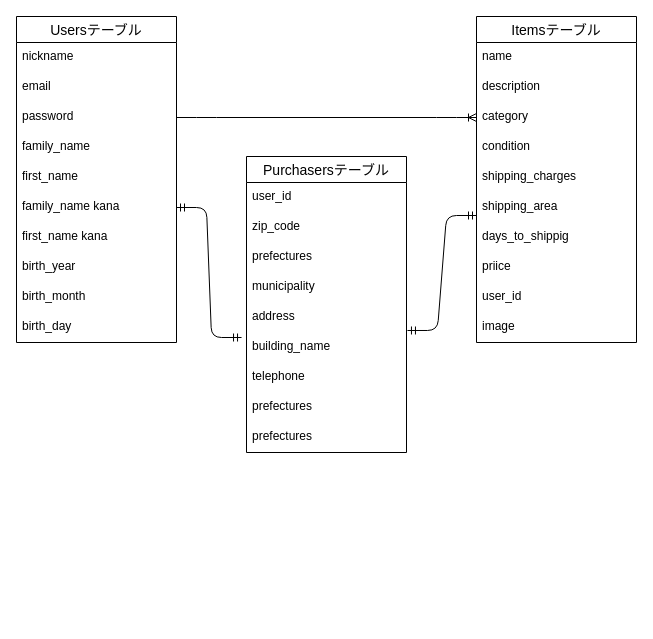
Earlier version of the draw.io diagram furima.dio (Masaki-ogr/furima-29346). Source tidied: cells renumbered, new cells numbered last; positions are measured from the earlier drawing's top-left corner, leaving out a move shared by most shapes. Both pictures are drawn from the tidied source at 100%, with x=0, y=0 at pixel (16, 16).
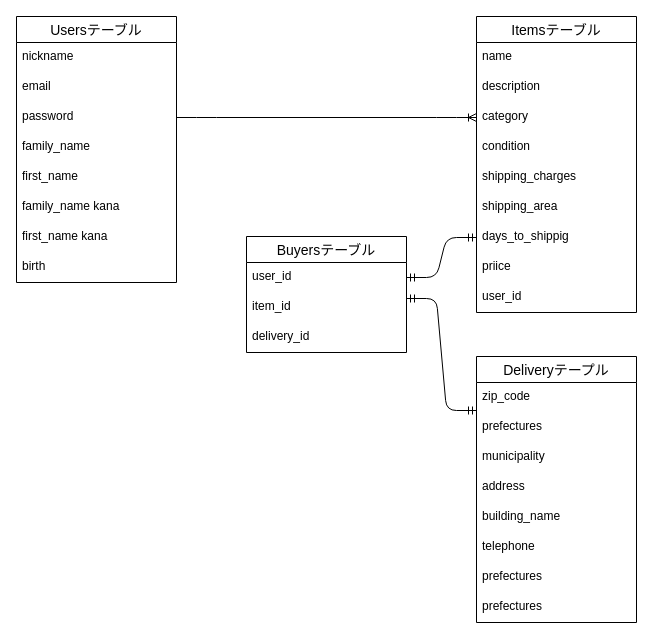
After the change.

Commit message (it also covers changes not shown here):
buyersテーブルの追加・配送先テーブルの名称変更(purchasers→delivery)

The change refers to these unchanged cells:
```xml
<mxCell id="8" value="family_name kana" style="text;strokeColor=none;fillColor=none;spacingLeft=4;spacingRight=4;overflow=hidden;points=[[0,0.5],[1,0.5]];portConstraint=eastwest;fontSize=12;" parent="2" vertex="1">
  <mxGeometry y="176" width="160" height="30" as="geometry" />
</mxCell>
<mxCell id="22" value="shipping_area" style="text;strokeColor=none;fillColor=none;spacingLeft=4;spacingRight=4;overflow=hidden;points=[[0,0.5],[1,0.5]];portConstraint=eastwest;fontSize=12;" parent="16" vertex="1">
  <mxGeometry y="176" width="160" height="30" as="geometry" />
</mxCell>
<mxCell id="23" value="days_to_shippig" style="text;strokeColor=none;fillColor=none;spacingLeft=4;spacingRight=4;overflow=hidden;points=[[0,0.5],[1,0.5]];portConstraint=eastwest;fontSize=12;" parent="16" vertex="1">
  <mxGeometry y="206" width="160" height="30" as="geometry" />
</mxCell>
```

What changed in the source:
```diff
@@
     <mxCell id="2" value="Usersテーブル" style="swimlane;fontStyle=0;horizontal=1;startSize=26;align=center;fontSize=14;" parent="1" vertex="1">
-      <mxGeometry width="160" height="326" as="geometry" />
+      <mxGeometry width="160" height="266" as="geometry" />
     </mxCell>
@@
-    <mxCell id="10" value="birth_year" style="text;strokeColor=none;fillColor=none;spacingLeft=4;spacingRight=4;overflow=hidden;fontSize=12;" parent="2" vertex="1">
+    <mxCell id="10" value="birth" style="text;strokeColor=none;fillColor=none;spacingLeft=4;spacingRight=4;overflow=hidden;fontSize=12;" parent="2" vertex="1">
       <mxGeometry y="236" width="160" height="30" as="geometry" />
     </mxCell>
-    <mxCell id="11" value="birth_month" style="text;strokeColor=none;fillColor=none;spacingLeft=4;spacingRight=4;overflow=hidden;fontSize=12;" parent="2" vertex="1">
-      <mxGeometry y="266" width="160" height="30" as="geometry" />
-    </mxCell>
-    <mxCell id="12" value="birth_day" style="text;strokeColor=none;fillColor=none;spacingLeft=4;spacingRight=4;overflow=hidden;fontSize=12;" parent="2" vertex="1">
-      <mxGeometry y="296" width="160" height="30" as="geometry" />
-    </mxCell>
-    <mxCell id="13" style="edgeStyle=entityRelationEdgeStyle;fontSize=12;html=1;endArrow=ERmandOne;startArrow=ERmandOne;exitX=1;exitY=0.5;exitDx=0;exitDy=0;entryX=-0.031;entryY=1.167;entryDx=0;entryDy=0;entryPerimeter=0;" parent="1" edge="1" source="8" target="32">
-      <mxGeometry relative="1" as="geometry" />
-    </mxCell>
@@
-    <mxCell id="15" style="edgeStyle=entityRelationEdgeStyle;fontSize=12;html=1;endArrow=ERmandOne;startArrow=ERmandOne;entryX=0;entryY=0.767;entryDx=0;entryDy=0;entryPerimeter=0;exitX=1.006;exitY=-0.067;exitDx=0;exitDy=0;exitPerimeter=0;" parent="1" edge="1" source="33" target="22">
-      <mxGeometry relative="1" as="geometry" />
-    </mxCell>
     <mxCell id="16" value="Itemsテーブル" style="swimlane;fontStyle=0;horizontal=1;startSize=26;align=center;fontSize=14;" parent="1" vertex="1">
-      <mxGeometry x="460" width="160" height="326" as="geometry" />
+      <mxGeometry x="460" width="160" height="296" as="geometry" />
     </mxCell>
@@
-    <mxCell id="26" value="image" style="text;strokeColor=none;fillColor=none;spacingLeft=4;spacingRight=4;overflow=hidden;fontSize=12;" parent="16" vertex="1">
-      <mxGeometry y="296" width="160" height="30" as="geometry" />
-    </mxCell>
-    <mxCell id="27" value="Purchasersテーブル" style="swimlane;fontStyle=0;horizontal=1;startSize=26;align=center;fontSize=14;" parent="1" vertex="1">
-      <mxGeometry x="230" y="140" width="160" height="296" as="geometry" />
+    <mxCell id="27" value="Deliveryテープル" style="swimlane;fontStyle=0;horizontal=1;startSize=26;align=center;fontSize=14;" parent="1" vertex="1">
+      <mxGeometry x="460" y="340" width="160" height="266" as="geometry" />
     </mxCell>
-    <mxCell id="28" value="user_id" style="text;strokeColor=none;fillColor=none;spacingLeft=4;spacingRight=4;overflow=hidden;points=[[0,0.5],[1,0.5]];portConstraint=eastwest;fontSize=12;" parent="27" vertex="1">
-      <mxGeometry y="26" width="160" height="30" as="geometry" />
-    </mxCell>
     <mxCell id="29" value="zip_code" style="text;strokeColor=none;fillColor=none;spacingLeft=4;spacingRight=4;overflow=hidden;fontSize=12;" parent="27" vertex="1">
-      <mxGeometry y="56" width="160" height="30" as="geometry" />
+      <mxGeometry y="26" width="160" height="30" as="geometry" />
     </mxCell>
     <mxCell id="30" value="prefectures" style="text;strokeColor=none;fillColor=none;spacingLeft=4;spacingRight=4;overflow=hidden;fontSize=12;" parent="27" vertex="1">
-      <mxGeometry y="86" width="160" height="30" as="geometry" />
+      <mxGeometry y="56" width="160" height="30" as="geometry" />
     </mxCell>
     <mxCell id="31" value="municipality" style="text;strokeColor=none;fillColor=none;spacingLeft=4;spacingRight=4;overflow=hidden;fontSize=12;" parent="27" vertex="1">
-      <mxGeometry y="116" width="160" height="30" as="geometry" />
+      <mxGeometry y="86" width="160" height="30" as="geometry" />
     </mxCell>
     <mxCell id="32" value="address" style="text;strokeColor=none;fillColor=none;spacingLeft=4;spacingRight=4;overflow=hidden;points=[[0,0.5],[1,0.5]];portConstraint=eastwest;fontSize=12;" parent="27" vertex="1">
-      <mxGeometry y="146" width="160" height="30" as="geometry" />
+      <mxGeometry y="116" width="160" height="30" as="geometry" />
     </mxCell>
     <mxCell id="33" value="building_name" style="text;strokeColor=none;fillColor=none;spacingLeft=4;spacingRight=4;overflow=hidden;points=[[0,0.5],[1,0.5]];portConstraint=eastwest;fontSize=12;" parent="27" vertex="1">
-      <mxGeometry y="176" width="160" height="30" as="geometry" />
+      <mxGeometry y="146" width="160" height="30" as="geometry" />
     </mxCell>
     <mxCell id="34" value="telephone" style="text;strokeColor=none;fillColor=none;spacingLeft=4;spacingRight=4;overflow=hidden;fontSize=12;" parent="27" vertex="1">
-      <mxGeometry y="206" width="160" height="30" as="geometry" />
+      <mxGeometry y="176" width="160" height="30" as="geometry" />
     </mxCell>
     <mxCell id="35" value="prefectures" style="text;strokeColor=none;fillColor=none;spacingLeft=4;spacingRight=4;overflow=hidden;fontSize=12;" parent="27" vertex="1">
-      <mxGeometry y="236" width="160" height="30" as="geometry" />
+      <mxGeometry y="206" width="160" height="30" as="geometry" />
     </mxCell>
     <mxCell id="36" value="prefectures" style="text;strokeColor=none;fillColor=none;spacingLeft=4;spacingRight=4;overflow=hidden;fontSize=12;" parent="27" vertex="1">
-      <mxGeometry y="266" width="160" height="30" as="geometry" />
+      <mxGeometry y="236" width="160" height="30" as="geometry" />
     </mxCell>
+    <mxCell id="37" value="Buyersテーブル" style="swimlane;fontStyle=0;horizontal=1;startSize=26;align=center;fontSize=14;" parent="1" vertex="1">
+      <mxGeometry x="230" y="220" width="160" height="116" as="geometry" />
+    </mxCell>
+    <mxCell id="28" value="user_id" style="text;strokeColor=none;fillColor=none;spacingLeft=4;spacingRight=4;overflow=hidden;points=[[0,0.5],[1,0.5]];portConstraint=eastwest;fontSize=12;" parent="37" vertex="1">
+      <mxGeometry y="26" width="160" height="30" as="geometry" />
+    </mxCell>
+    <mxCell id="38" value="item_id" style="text;strokeColor=none;fillColor=none;spacingLeft=4;spacingRight=4;overflow=hidden;fontSize=12;" parent="37" vertex="1">
+      <mxGeometry y="56" width="160" height="30" as="geometry" />
+    </mxCell>
+    <mxCell id="39" value="delivery_id" style="text;strokeColor=none;fillColor=none;spacingLeft=4;spacingRight=4;overflow=hidden;fontSize=12;" parent="37" vertex="1">
+      <mxGeometry y="86" width="160" height="30" as="geometry" />
+    </mxCell>
+    <mxCell id="40" style="edgeStyle=entityRelationEdgeStyle;fontSize=12;html=1;endArrow=ERmandOne;startArrow=ERmandOne;entryX=0;entryY=0.5;entryDx=0;entryDy=0;exitX=1;exitY=0.5;exitDx=0;exitDy=0;" parent="1" edge="1" source="28" target="23">
+      <mxGeometry relative="1" as="geometry" />
+    </mxCell>
+    <mxCell id="41" style="edgeStyle=entityRelationEdgeStyle;fontSize=12;html=1;endArrow=ERmandOne;startArrow=ERmandOne;" parent="1" edge="1">
+      <mxGeometry relative="1" as="geometry">
+        <mxPoint x="390" y="282" as="sourcePoint" />
+        <mxPoint x="460" y="394" as="targetPoint" />
+      </mxGeometry>
+    </mxCell>
```
